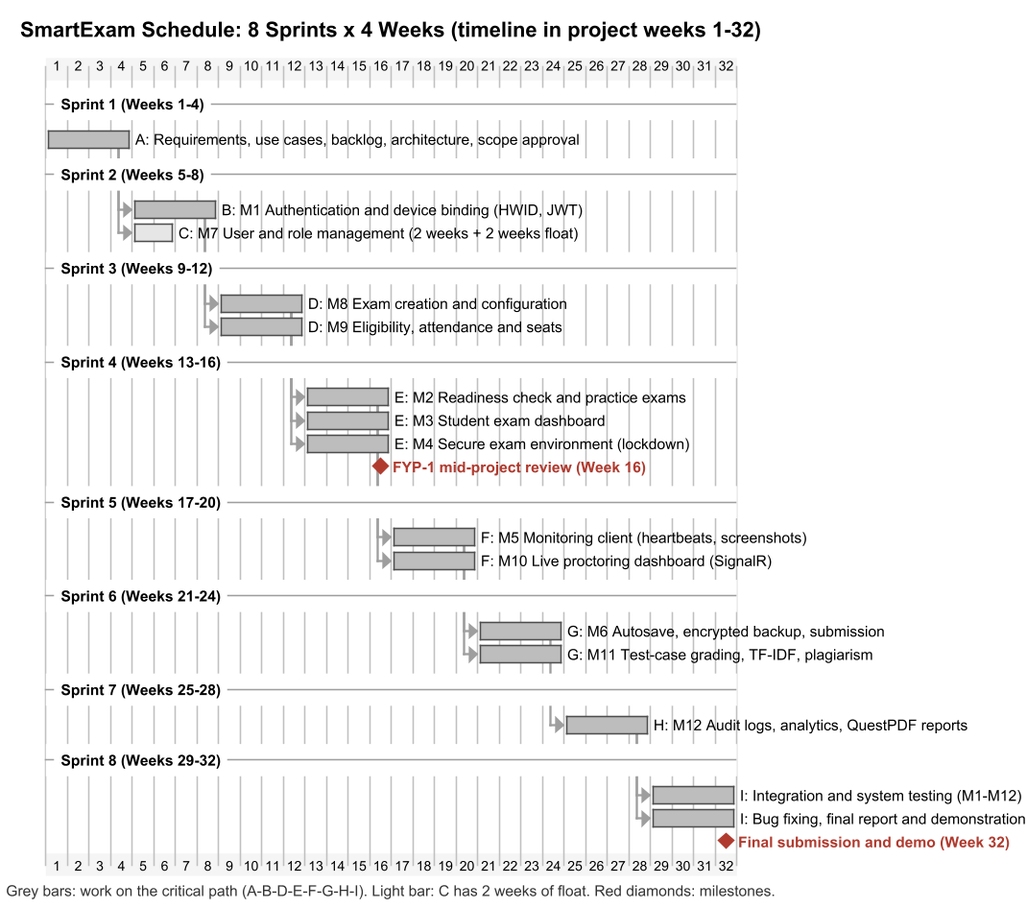
Haiderali27-hub/AI-Lab-Monitoring- keeps this PlantUML diagram as important docs/fyp_doc_3chatp/Figures/gantt_chart.png. Above is the earlier version.
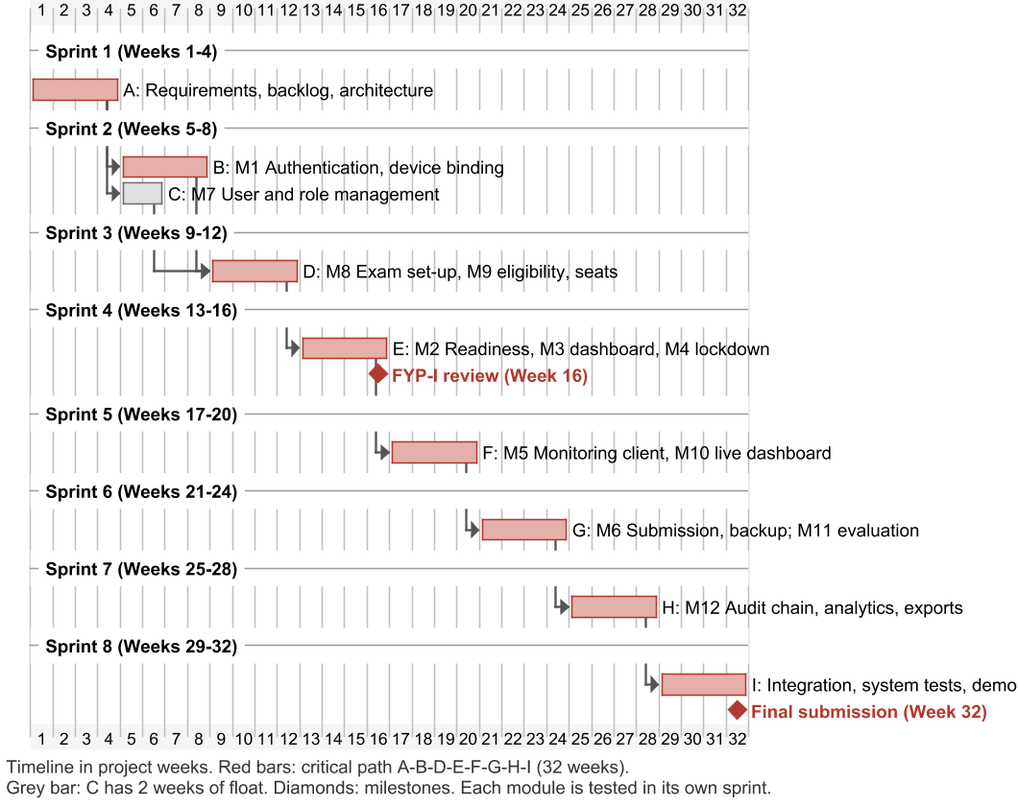
After the change.

Diff of the diagram source:
```diff
@@ -1,19 +1,20 @@
 @startgantt
 skinparam dpi 150
+printscale daily zoom 0.85
 <style>
 ganttDiagram {
   BackgroundColor white
   FontName Arial
   task {
     FontName Arial
-    FontSize 10
+    FontSize 12
     FontColor black
-    BackGroundColor #BDBDBD
-    LineColor #4D4D4D
+    BackGroundColor #E6B0AA
+    LineColor #B03A2E
   }
   milestone {
     FontName Arial
-    FontSize 10
+    FontSize 12
     FontStyle bold
     FontColor #B03A2E
     BackGroundColor #B03A2E
@@ -21,81 +22,64 @@
   }
   separator {
     FontName Arial
-    FontSize 10
+    FontSize 12
     FontStyle bold
     LineColor #9E9E9E
   }
   timeline {
     FontName Arial
-    FontSize 9
+    FontSize 11
     BackgroundColor #F5F5F5
   }
   arrow {
-    LineColor #9E9E9E
-  }
-  title {
-    FontName Arial
-    FontSize 13
-    FontStyle bold
+    LineColor #555555
   }
 }
 footer {
   FontName Arial
-  FontSize 10
+  FontSize 12
   FontColor #333333
   HorizontalAlignment left
   Margin 4
 }
 </style>
-title SmartExam Schedule: 8 Sprints x 4 Weeks (timeline in project weeks 1-32)
 
 -- Sprint 1 (Weeks 1-4) --
-[A: Requirements, use cases, backlog, architecture, scope approval] as [A] lasts 4 days
+[A: Requirements, backlog, architecture] as [A] lasts 4 days
 
 -- Sprint 2 (Weeks 5-8) --
-[B: M1 Authentication and device binding (HWID, JWT)] as [B] lasts 4 days
+[B: M1 Authentication, device binding] as [B] lasts 4 days
 [B] starts at [A]'s end
-[C: M7 User and role management (2 weeks + 2 weeks float)] as [C] lasts 2 days
+[C: M7 User and role management] as [C] lasts 2 days
 [C] starts at [A]'s end
-[C] is colored in #E6E6E6/#4D4D4D
+[C] is colored in #E0E0E0/#6E6E6E
 
 -- Sprint 3 (Weeks 9-12) --
-[D: M8 Exam creation and configuration] as [D1] lasts 4 days
-[D1] starts at [B]'s end
-[D: M9 Eligibility, attendance and seats] as [D2] lasts 4 days
-[D2] starts at [B]'s end
+[D: M8 Exam set-up, M9 eligibility, seats] as [D] lasts 4 days
+[D] starts at [B]'s end
+[C] -> [D]
 
 -- Sprint 4 (Weeks 13-16) --
-[E: M2 Readiness check and practice exams] as [E1] lasts 4 days
-[E1] starts at [D1]'s end
-[E: M3 Student exam dashboard] as [E2] lasts 4 days
-[E2] starts at [D1]'s end
-[E: M4 Secure exam environment (lockdown)] as [E3] lasts 4 days
-[E3] starts at [D1]'s end
-[FYP-1 mid-project review (Week 16)] happens at [E1]'s end
+[E: M2 Readiness, M3 dashboard, M4 lockdown] as [E] lasts 4 days
+[E] starts at [D]'s end
+[FYP-I review (Week 16)] happens at [E]'s end
 
 -- Sprint 5 (Weeks 17-20) --
-[F: M5 Monitoring client (heartbeats, screenshots)] as [F1] lasts 4 days
-[F1] starts at [E1]'s end
-[F: M10 Live proctoring dashboard (SignalR)] as [F2] lasts 4 days
-[F2] starts at [E1]'s end
+[F: M5 Monitoring client, M10 live dashboard] as [F] lasts 4 days
+[F] starts at [E]'s end
 
 -- Sprint 6 (Weeks 21-24) --
-[G: M6 Autosave, encrypted backup, submission] as [G1] lasts 4 days
-[G1] starts at [F1]'s end
-[G: M11 Test-case grading, TF-IDF, plagiarism] as [G2] lasts 4 days
-[G2] starts at [F1]'s end
+[G: M6 Submission, backup; M11 evaluation] as [G] lasts 4 days
+[G] starts at [F]'s end
 
 -- Sprint 7 (Weeks 25-28) --
-[H: M12 Audit logs, analytics, QuestPDF reports] as [H] lasts 4 days
-[H] starts at [G1]'s end
+[H: M12 Audit chain, analytics, exports] as [H] lasts 4 days
+[H] starts at [G]'s end
 
 -- Sprint 8 (Weeks 29-32) --
-[I: Integration and system testing (M1-M12)] as [I1] lasts 4 days
-[I1] starts at [H]'s end
-[I: Bug fixing, final report and demonstration] as [I2] lasts 4 days
-[I2] starts at [H]'s end
-[Final submission and demo (Week 32)] happens at [I2]'s end
+[I: Integration, system tests, demo] as [I] lasts 4 days
+[I] starts at [H]'s end
+[Final submission (Week 32)] happens at [I]'s end
 
-footer Grey bars: work on the critical path (A-B-D-E-F-G-H-I). Light bar: C has 2 weeks of float. Red diamonds: milestones.
+footer Timeline in project weeks. Red bars: critical path A-B-D-E-F-G-H-I (32 weeks).\nGrey bar: C has 2 weeks of float. Diamonds: milestones. Each module is tested in its own sprint.
 @endgantt
```
